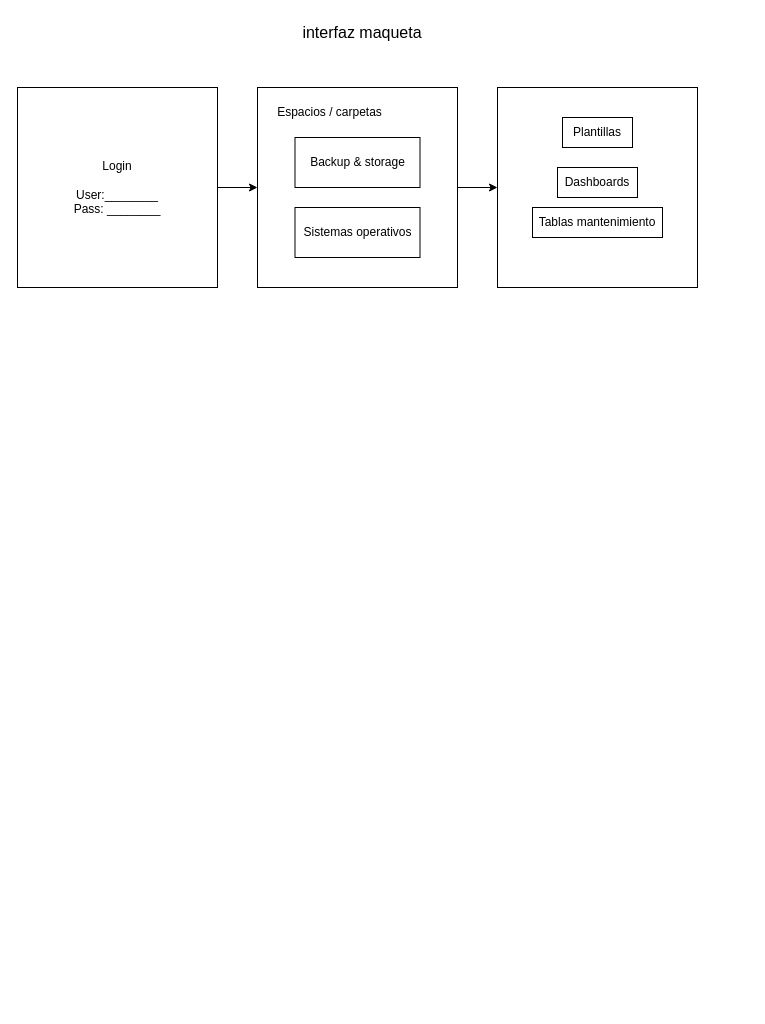
Before: page "Página-4" (4 of 4) of Diagrama sin título.drawio in Ever-417/diagramas, a draw.io diagram. Source tidied: cells renumbered, new cells numbered last; positions are measured from the earlier drawing's top-left corner, leaving out a move shared by most shapes. Both pictures are drawn from the tidied source at 100%, with x=0, y=0 at pixel (17, 17).
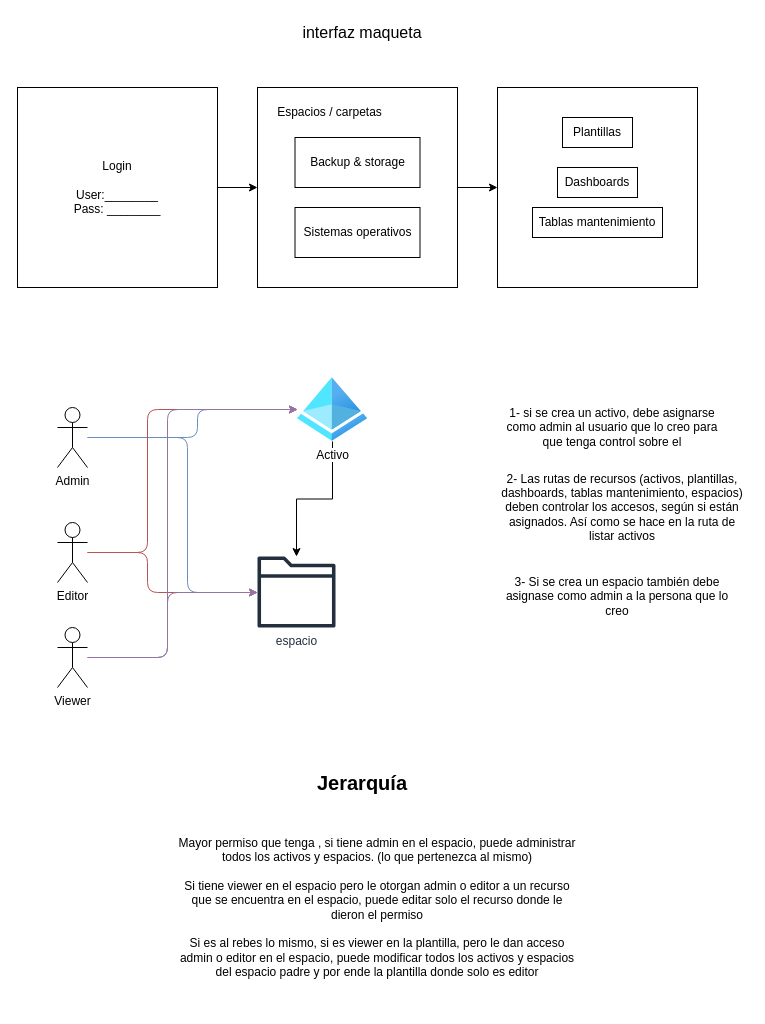
The same page after the edit.

Diff of the diagram source:
```diff
@@
+    <mxCell id="16" style="edgeStyle=orthogonalEdgeStyle;rounded=1;jettySize=auto;html=1;curved=0;fillColor=#dae8fc;strokeColor=#6c8ebf;" parent="1" edge="1" source="18" target="26">
+      <mxGeometry relative="1" as="geometry">
+        <Array as="points">
+          <mxPoint x="180" y="420" />
+          <mxPoint x="180" y="392" />
+        </Array>
+      </mxGeometry>
+    </mxCell>
+    <mxCell id="17" style="edgeStyle=orthogonalEdgeStyle;rounded=1;jettySize=auto;html=1;curved=0;fillColor=#dae8fc;strokeColor=#6c8ebf;" parent="1" edge="1" source="18" target="27">
+      <mxGeometry relative="1" as="geometry">
+        <Array as="points">
+          <mxPoint x="170" y="420" />
+          <mxPoint x="170" y="575" />
+        </Array>
+      </mxGeometry>
+    </mxCell>
+    <mxCell id="18" value="Admin" style="shape=umlActor;verticalLabelPosition=bottom;verticalAlign=top;html=1;outlineConnect=0;" parent="1" vertex="1">
+      <mxGeometry x="40" y="390" width="30" height="60" as="geometry" />
+    </mxCell>
+    <mxCell id="19" style="edgeStyle=orthogonalEdgeStyle;rounded=1;jettySize=auto;html=1;curved=0;fillColor=#f8cecc;strokeColor=#b85450;" parent="1" edge="1" source="21" target="26">
+      <mxGeometry relative="1" as="geometry">
+        <Array as="points">
+          <mxPoint x="130" y="535" />
+          <mxPoint x="130" y="392" />
+        </Array>
+      </mxGeometry>
+    </mxCell>
+    <mxCell id="20" style="edgeStyle=orthogonalEdgeStyle;rounded=1;jettySize=auto;html=1;curved=0;fillColor=#f8cecc;strokeColor=#b85450;" parent="1" edge="1" source="21" target="27">
+      <mxGeometry relative="1" as="geometry">
+        <Array as="points">
+          <mxPoint x="130" y="535" />
+          <mxPoint x="130" y="575" />
+        </Array>
+      </mxGeometry>
+    </mxCell>
+    <mxCell id="21" value="Editor" style="shape=umlActor;verticalLabelPosition=bottom;verticalAlign=top;html=1;outlineConnect=0;" parent="1" vertex="1">
+      <mxGeometry x="40" y="505" width="30" height="60" as="geometry" />
+    </mxCell>
+    <mxCell id="22" style="edgeStyle=orthogonalEdgeStyle;rounded=1;jettySize=auto;html=1;curved=0;fillColor=#e1d5e7;strokeColor=#9673a6;" parent="1" edge="1" source="24" target="26">
+      <mxGeometry relative="1" as="geometry">
+        <Array as="points">
+          <mxPoint x="150" y="640" />
+          <mxPoint x="150" y="392" />
+        </Array>
+      </mxGeometry>
+    </mxCell>
+    <mxCell id="23" style="edgeStyle=orthogonalEdgeStyle;rounded=1;jettySize=auto;html=1;curved=0;fillColor=#e1d5e7;strokeColor=#9673a6;" parent="1" edge="1" source="24" target="27">
+      <mxGeometry relative="1" as="geometry">
+        <Array as="points">
+          <mxPoint x="150" y="640" />
+          <mxPoint x="150" y="575" />
+        </Array>
+      </mxGeometry>
+    </mxCell>
+    <mxCell id="24" value="Viewer" style="shape=umlActor;verticalLabelPosition=bottom;verticalAlign=top;html=1;outlineConnect=0;" parent="1" vertex="1">
+      <mxGeometry x="40" y="610" width="30" height="60" as="geometry" />
+    </mxCell>
+    <mxCell id="25" style="edgeStyle=orthogonalEdgeStyle;rounded=0;jettySize=auto;html=1;" parent="1" edge="1" source="26" target="27">
+      <mxGeometry relative="1" as="geometry" />
+    </mxCell>
+    <mxCell id="26" value="Activo" style="image;html=1;points=[];align=center;fontSize=12;image=img/lib/azure2/identity/Azure_Active_Directory.svg;" parent="1" vertex="1">
+      <mxGeometry x="280" y="360" width="70" height="64" as="geometry" />
+    </mxCell>
+    <mxCell id="27" value="espacio" style="sketch=0;outlineConnect=0;fontColor=#232F3E;gradientColor=none;fillColor=#232F3D;strokeColor=none;dashed=0;verticalLabelPosition=bottom;verticalAlign=top;align=center;html=1;fontSize=12;fontStyle=0;shape=mxgraph.aws4.folder;" parent="1" vertex="1">
+      <mxGeometry x="240" y="539" width="78" height="71" as="geometry" />
+    </mxCell>
+    <mxCell id="28" value="1- si se crea un activo, debe asignarse como admin al usuario que lo creo para que tenga control sobre el" style="text;html=1;whiteSpace=wrap;strokeColor=none;fillColor=none;align=center;verticalAlign=middle;rounded=0;" parent="1" vertex="1">
+      <mxGeometry x="480" y="350" width="230" height="120" as="geometry" />
+    </mxCell>
+    <mxCell id="29" value="3- Si se crea un espacio también debe asignase como admin a la persona que lo creo" style="text;html=1;whiteSpace=wrap;strokeColor=none;fillColor=none;align=center;verticalAlign=middle;rounded=0;" parent="1" vertex="1">
+      <mxGeometry x="480" y="539" width="240" height="80" as="geometry" />
+    </mxCell>
+    <mxCell id="30" value="Jerarquía" style="text;html=1;whiteSpace=wrap;strokeColor=none;fillColor=none;align=center;verticalAlign=middle;rounded=0;fontSize=20;fontStyle=1;" parent="1" vertex="1">
+      <mxGeometry x="250" y="750" width="190" height="30" as="geometry" />
+    </mxCell>
+    <mxCell id="31" value="Mayor permiso que tenga , si tiene admin en el espacio, puede administrar todos los activos y espacios. (lo que pertenezca al mismo)&lt;div&gt;&lt;br&gt;&lt;/div&gt;&lt;div&gt;Si tiene viewer en el espacio pero le otorgan admin o editor a un recurso que se encuentra en el espacio, puede editar solo el recurso donde le dieron el permiso&lt;/div&gt;&lt;div&gt;&lt;br&gt;&lt;/div&gt;&lt;div&gt;Si es al rebes lo mismo, si es viewer en la plantilla, pero le dan acceso admin o editor en el espacio, puede modificar todos los activos y espacios del espacio padre y por ende la plantilla donde solo es editor&lt;/div&gt;" style="text;html=1;whiteSpace=wrap;strokeColor=none;fillColor=none;align=center;verticalAlign=middle;rounded=0;" parent="1" vertex="1">
+      <mxGeometry x="160" y="790" width="400" height="200" as="geometry" />
+    </mxCell>
+    <mxCell id="32" value="2- Las rutas de recursos (activos, plantillas, dashboards, tablas mantenimiento, espacios) deben controlar los accesos, según si están asignados. Así como se hace en la ruta de listar activos" style="text;html=1;whiteSpace=wrap;strokeColor=none;fillColor=none;align=center;verticalAlign=middle;rounded=0;" parent="1" vertex="1">
+      <mxGeometry x="480" y="450" width="250" height="80" as="geometry" />
+    </mxCell>
```
